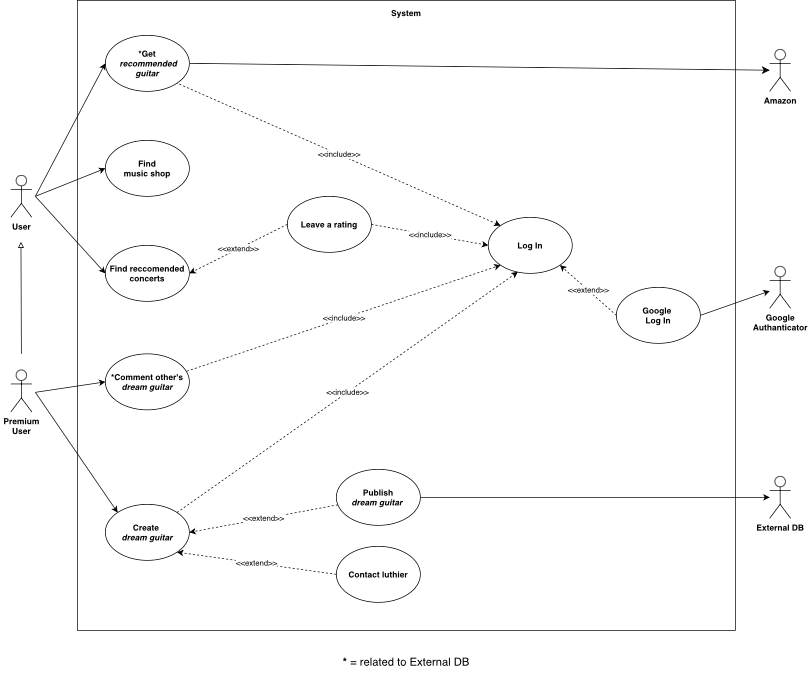
Earlier version of the draw.io export Progetto.drawio .png (TizianoLilli/ISPW-Project). Source tidied: cells renumbered, new cells last; positions are measured from the earlier drawing's top-left corner, leaving out a move shared by most shapes.
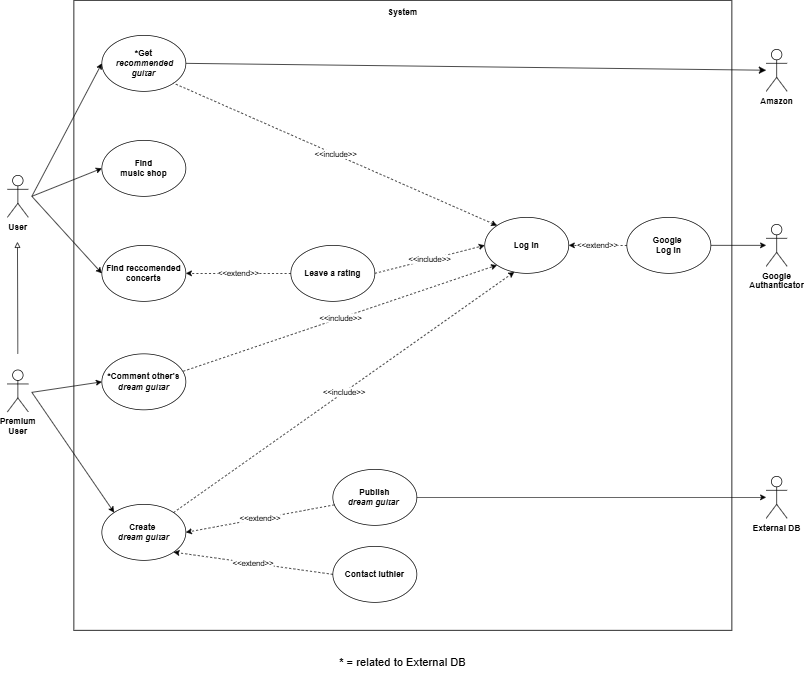
After the commit.

Diff of the diagram source:
```diff
@@ -48,7 +48,7 @@
       </mxGeometry>
     </mxCell>
     <mxCell id="15" value="&lt;b&gt;Google&lt;/b&gt;&lt;div&gt;&lt;b&gt;Authanticator&lt;/b&gt;&lt;/div&gt;&lt;div&gt;&lt;br&gt;&lt;/div&gt;" style="shape=umlActor;verticalLabelPosition=bottom;verticalAlign=top;html=1;outlineConnect=0;" parent="1" vertex="1">
-      <mxGeometry x="1084" y="380" width="30" height="60" as="geometry" />
+      <mxGeometry x="1084" y="320" width="30" height="60" as="geometry" />
     </mxCell>
     <mxCell id="16" style="endArrow=classic;html=1;rounded=0;exitX=1;exitY=0.5;exitDx=0;exitDy=0;" parent="1" edge="1" source="33" target="15">
       <mxGeometry relative="1" as="geometry" />
@@ -94,7 +94,7 @@
       <mxGeometry relative="1" as="geometry" />
     </mxCell>
     <mxCell id="29" value="&lt;b&gt;Leave a rating&lt;/b&gt;" style="ellipse;whiteSpace=wrap;html=1;" parent="1" vertex="1">
-      <mxGeometry x="395" y="280" width="120" height="80" as="geometry" />
+      <mxGeometry x="405" y="350" width="120" height="80" as="geometry" />
     </mxCell>
     <mxCell id="30" value="&amp;lt;&amp;lt;extend&amp;gt;&amp;gt;" style="endArrow=classic;html=1;rounded=0;exitX=0;exitY=0.5;exitDx=0;exitDy=0;entryX=1;entryY=0.5;entryDx=0;entryDy=0;dashed=1;" parent="1" edge="1" source="29" target="12">
       <mxGeometry relative="1" as="geometry" />
@@ -109,9 +109,9 @@
       </mxGeometry>
     </mxCell>
     <mxCell id="33" value="&lt;b&gt;Google&amp;nbsp;&lt;/b&gt;&lt;div&gt;&lt;b&gt;Log In&lt;/b&gt;&lt;/div&gt;" style="ellipse;whiteSpace=wrap;html=1;" parent="1" vertex="1">
-      <mxGeometry x="865" y="410" width="120" height="80" as="geometry" />
+      <mxGeometry x="885" y="310" width="120" height="80" as="geometry" />
     </mxCell>
-    <mxCell id="34" value="&amp;lt;&amp;lt;extend&amp;gt;&amp;gt;" style="endArrow=classic;html=1;rounded=0;exitX=0;exitY=0.5;exitDx=0;exitDy=0;entryX=1;entryY=1;entryDx=0;entryDy=0;dashed=1;" parent="1" edge="1" source="33" target="5">
+    <mxCell id="34" value="&amp;lt;&amp;lt;extend&amp;gt;&amp;gt;" style="endArrow=classic;html=1;rounded=0;exitX=0;exitY=0.5;exitDx=0;exitDy=0;entryX=1;entryY=0.5;entryDx=0;entryDy=0;dashed=1;" parent="1" edge="1" source="33" target="5">
       <mxGeometry relative="1" as="geometry" />
     </mxCell>
     <mxCell id="35" value="&lt;b&gt;Amazon&lt;/b&gt;" style="shape=umlActor;verticalLabelPosition=bottom;verticalAlign=top;html=1;outlineConnect=0;" parent="1" vertex="1">
```
